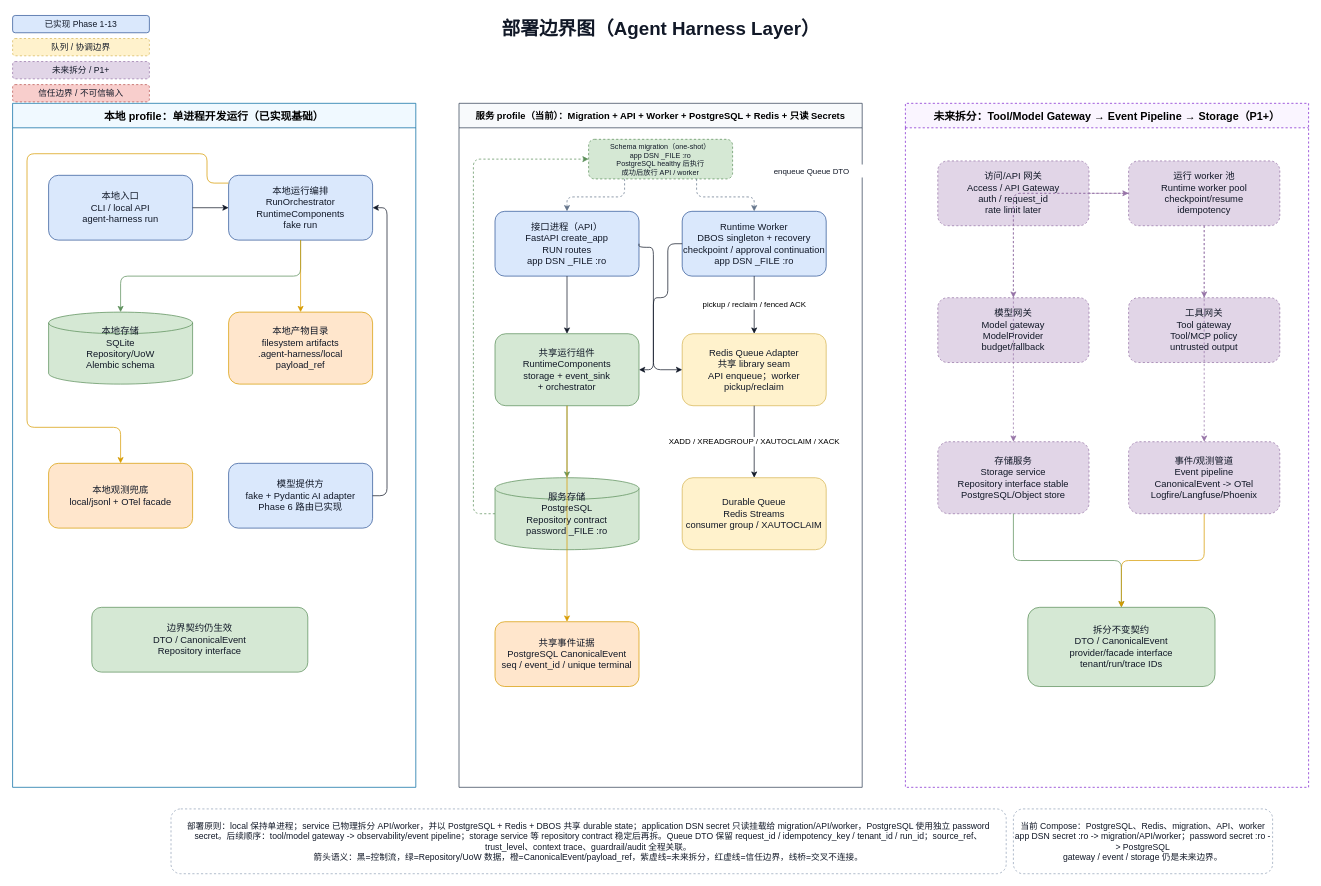
This is docs/architecture/agent-harness-deployment-boundaries.drawio from wdmcheng/agent-harness-layer, a draw.io file, before an edit. Source tidied: cells renumbered, new cells numbered last; positions are measured from the earlier drawing's top-left corner, leaving out a move shared by most shapes. Both pictures are drawn from the tidied source at 72%, with x=0, y=0 at pixel (12, 12).
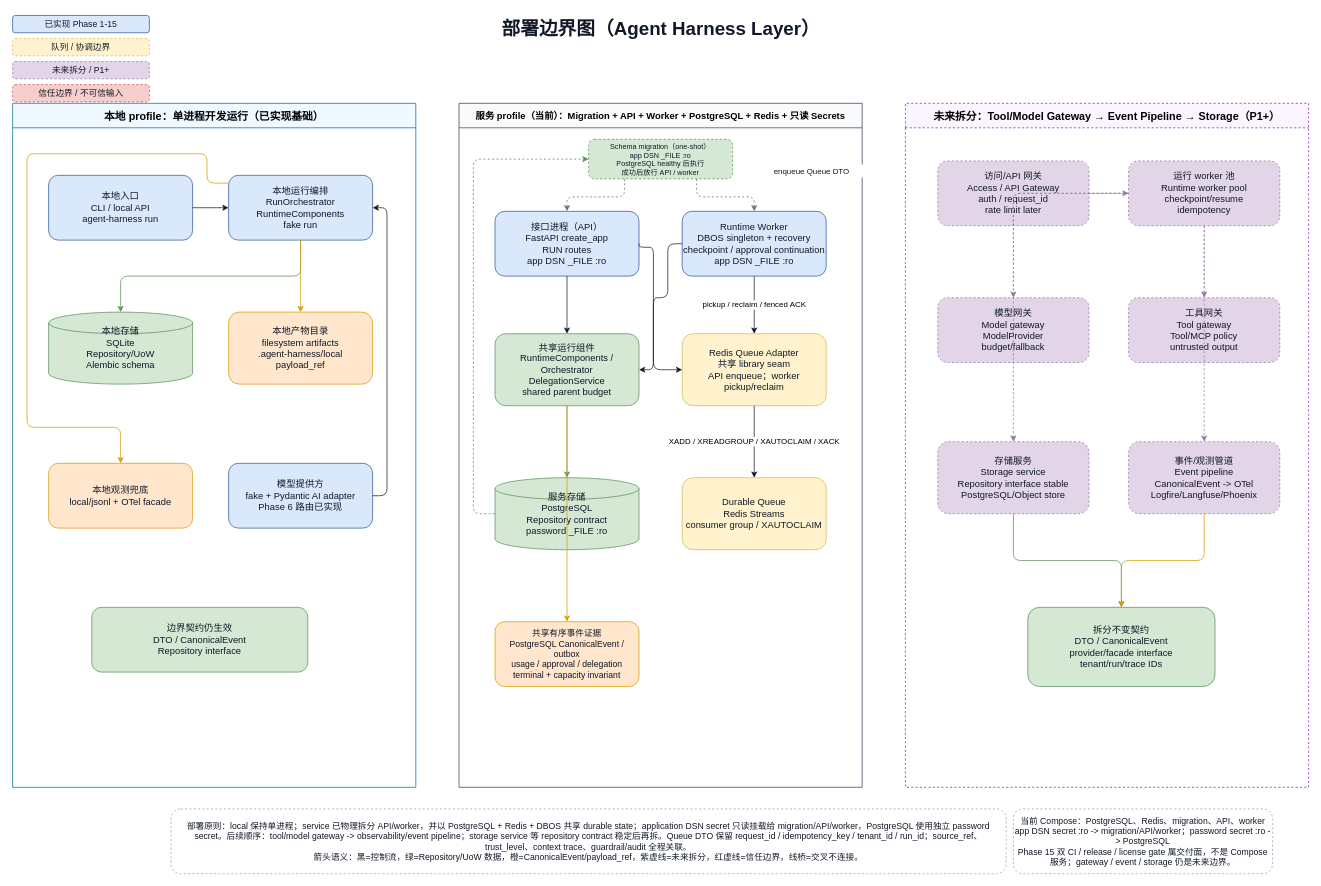
The same diagram, later.

Unchanged cells that the change refers to:
```xml
<mxCell id="8" value="服务 profile（当前）：Migration + API + Worker + PostgreSQL + Redis + 只读 Secrets" style="swimlane;startSize=34;html=1;whiteSpace=wrap;rounded=0;fontSize=13;fontStyle=1;fillColor=#f8fafc;strokeColor=#334155;" parent="1" vertex="1">
  <mxGeometry x="620" y="126" width="560" height="950" as="geometry" />
</mxCell>
```

Change to the diagram source:
```diff
@@
-    <mxCell id="3" value="已实现 Phase 1-13" style="rounded=1;whiteSpace=wrap;html=1;fillColor=#dae8fc;strokeColor=#2f5597;fontColor=#111827;fontSize=12;" parent="1" vertex="1">
+    <mxCell id="3" value="已实现 Phase 1-15" style="rounded=1;whiteSpace=wrap;html=1;fillColor=#dae8fc;strokeColor=#2f5597;fontColor=#111827;fontSize=12;" parent="1" vertex="1">
       <mxGeometry y="4" width="190" height="24" as="geometry" />
     </mxCell>
@@
-    <mxCell id="11" value="当前 Compose：PostgreSQL、Redis、migration、API、worker&#10;app DSN secret :ro -&gt; migration/API/worker；password secret :ro -&gt; PostgreSQL&#10;gateway / event / storage 仍是未来边界。" style="rounded=1;whiteSpace=wrap;html=1;fillColor=#ffffff;strokeColor=#94a3b8;fontColor=#111827;fontSize=12;dashed=1;" parent="1" vertex="1">
+    <mxCell id="11" value="当前 Compose：PostgreSQL、Redis、migration、API、worker&#10;app DSN secret :ro -&gt; migration/API/worker；password secret :ro -&gt; PostgreSQL&#10;Phase 15 双 CI / release / license gate 属交付面，不是 Compose 服务；gateway / event / storage 仍是未来边界。" style="rounded=1;whiteSpace=wrap;html=1;fillColor=#ffffff;strokeColor=#94a3b8;fontColor=#111827;fontSize=12;dashed=1;" parent="1" vertex="1">
       <mxGeometry x="1390" y="1106" width="360" height="90" as="geometry" />
     </mxCell>
@@
-    <mxCell id="21" value="共享运行组件&#10;RuntimeComponents&#10;storage + event_sink&#10;+ orchestrator" style="rounded=1;whiteSpace=wrap;html=1;fillColor=#d5e8d4;strokeColor=#5b8f5a;fontColor=#111827;fontSize=13;" parent="8" vertex="1">
+    <mxCell id="21" value="共享运行组件&#10;RuntimeComponents / Orchestrator&#10;DelegationService&#10;shared parent budget" style="rounded=1;whiteSpace=wrap;html=1;fillColor=#d5e8d4;strokeColor=#5b8f5a;fontColor=#111827;fontSize=13;" parent="8" vertex="1">
       <mxGeometry x="50" y="320" width="200" height="100" as="geometry" />
     </mxCell>
@@
-    <mxCell id="24" value="共享事件证据&#10;PostgreSQL CanonicalEvent&#10;seq / event_id / unique terminal" style="rounded=1;whiteSpace=wrap;html=1;fillColor=#ffe6cc;strokeColor=#d79b00;fontColor=#111827;fontSize=13;" parent="8" vertex="1">
+    <mxCell id="24" value="共享有序事件证据&#10;PostgreSQL CanonicalEvent / outbox&#10;usage / approval / delegation&#10;terminal + capacity invariant" style="rounded=1;whiteSpace=wrap;html=1;fillColor=#ffe6cc;strokeColor=#d79b00;fontColor=#111827;fontSize=12;" parent="8" vertex="1">
       <mxGeometry x="50" y="720" width="200" height="90" as="geometry" />
     </mxCell>
```
